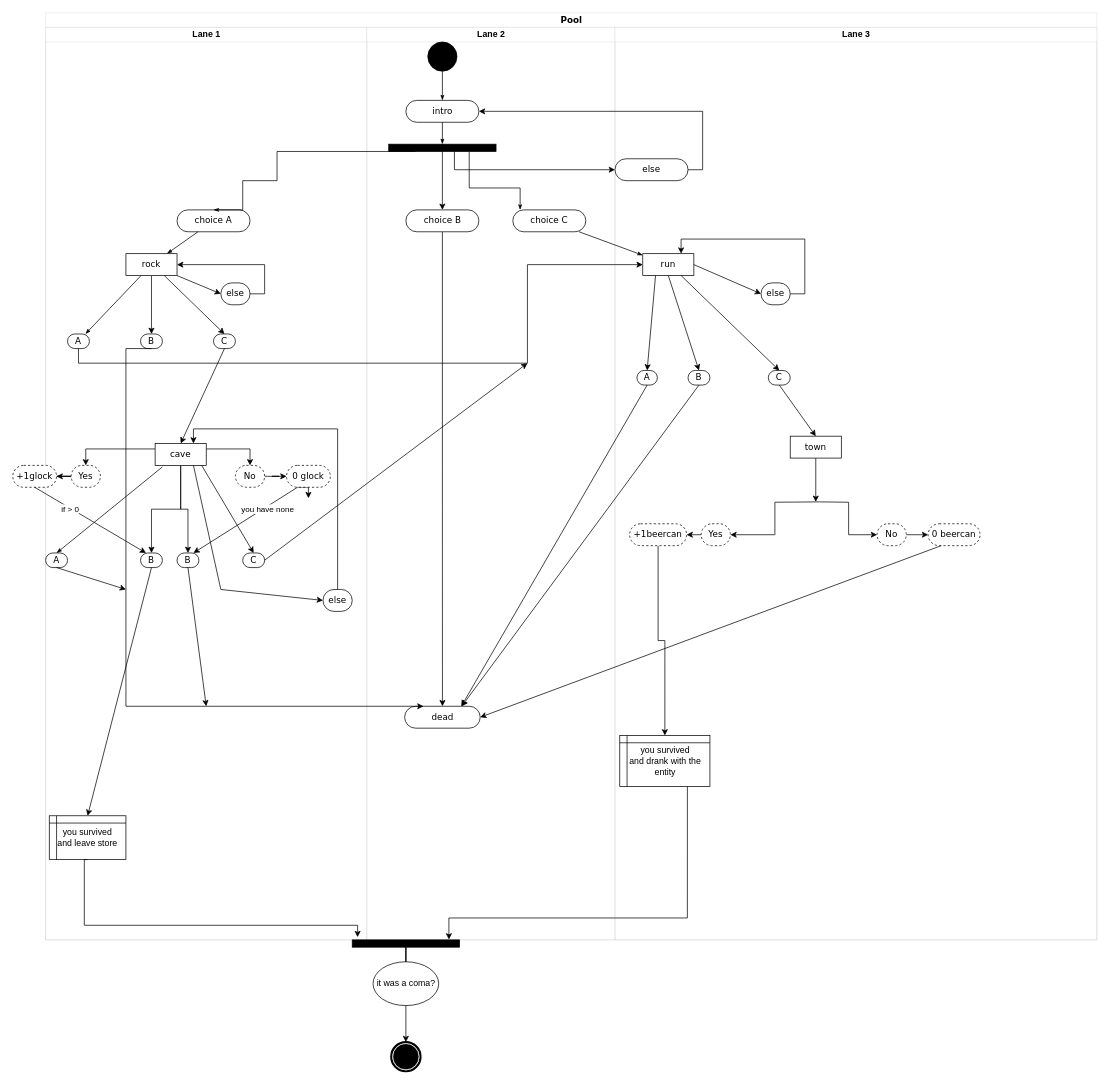
Before: Untitled Diagram.drawio in joaquinAkAjuan/hello-you, a draw.io diagram. Source tidied: cells renumbered, new cells numbered last; positions are measured from the earlier drawing's top-left corner, leaving out a move shared by most shapes. Both pictures are drawn from the tidied source at 73%, with x=0, y=0 at pixel (12, 12).
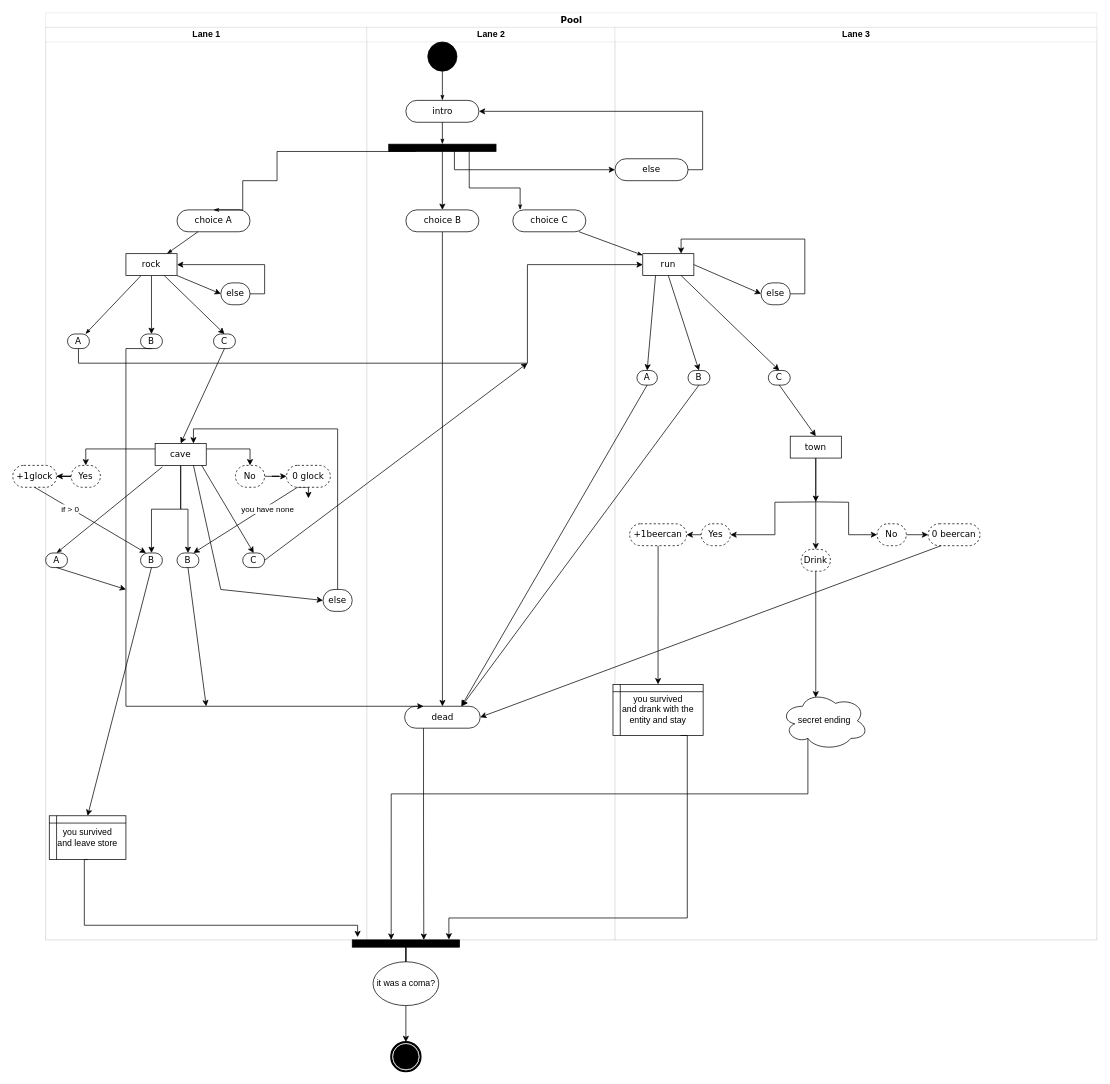
The same page after the edit.

The change refers to these unchanged cells:
```xml
<mxCell id="56" value="dead" style="whiteSpace=wrap;html=1;fontFamily=Verdana;rounded=1;shadow=0;comic=0;labelBackgroundColor=none;strokeWidth=1;arcSize=50;" parent="45" vertex="1">
  <mxGeometry x="51.8" y="930" width="103.5" height="30" as="geometry" />
</mxCell>
<mxCell id="58" value="Lane 3" style="swimlane;html=1;startSize=20;strokeWidth=0;" parent="2" vertex="1">
  <mxGeometry x="780" y="20" width="660" height="1250" as="geometry" />
</mxCell>
<mxCell id="68" value="town" style="rounded=0;whiteSpace=wrap;html=1;shadow=0;comic=0;labelBackgroundColor=none;strokeWidth=1;fontFamily=Verdana;fontSize=12;align=center;arcSize=50;" parent="58" vertex="1">
  <mxGeometry x="240" y="560" width="70" height="30" as="geometry" />
</mxCell>
<mxCell id="92" style="whiteSpace=wrap;html=1;rounded=0;shadow=0;comic=0;labelBackgroundColor=none;strokeWidth=1;fillColor=#000000;fontFamily=Verdana;fontSize=12;align=center;rotation=0;" parent="1" vertex="1">
  <mxGeometry x="465" y="1270" width="147" height="10" as="geometry" />
</mxCell>
```

Change to the diagram source:
```diff
@@
+    <mxCell id="99" style="edgeStyle=orthogonalEdgeStyle;rounded=0;jettySize=auto;html=1;exitX=0.5;exitY=1;exitDx=0;exitDy=0;entryX=0.5;entryY=0;entryDx=0;entryDy=0;" parent="58" edge="1" source="68" target="102">
+      <mxGeometry relative="1" as="geometry" />
+    </mxCell>
@@
-    <mxCell id="78" value="you survived&lt;br&gt;and drank with the entity" style="shape=internalStorage;whiteSpace=wrap;html=1;backgroundOutline=1;fillStyle=auto;dx=10;dy=10;" parent="58" vertex="1">
-      <mxGeometry x="6.5" y="970" width="123.5" height="70" as="geometry" />
+    <mxCell id="78" value="you survived&lt;br&gt;and drank with the entity and stay" style="shape=internalStorage;whiteSpace=wrap;html=1;backgroundOutline=1;fillStyle=auto;dx=10;dy=10;" parent="58" vertex="1">
+      <mxGeometry x="-2.8" y="900" width="123.5" height="70" as="geometry" />
     </mxCell>
@@
+    <mxCell id="100" value="secret ending" style="ellipse;shape=cloud;whiteSpace=wrap;html=1;fillStyle=auto;strokeWidth=1;" parent="58" vertex="1">
+      <mxGeometry x="227" y="910" width="120" height="80" as="geometry" />
+    </mxCell>
+    <mxCell id="101" style="edgeStyle=orthogonalEdgeStyle;rounded=0;jettySize=auto;html=1;exitX=0.5;exitY=1;exitDx=0;exitDy=0;entryX=0.4;entryY=0.1;entryDx=0;entryDy=0;entryPerimeter=0;" parent="58" edge="1" source="102" target="100">
+      <mxGeometry relative="1" as="geometry" />
+    </mxCell>
+    <mxCell id="102" value="Drink" style="rounded=1;whiteSpace=wrap;html=1;shadow=0;comic=0;labelBackgroundColor=none;strokeWidth=1;fontFamily=Verdana;fontSize=12;align=center;arcSize=50;fillStyle=auto;dashed=1;" parent="58" vertex="1">
+      <mxGeometry x="255" y="715" width="40" height="30" as="geometry" />
+    </mxCell>
@@
+    <mxCell id="103" style="edgeStyle=orthogonalEdgeStyle;rounded=0;jettySize=auto;html=1;exitX=0.31;exitY=0.8;exitDx=0;exitDy=0;exitPerimeter=0;entryX=0.363;entryY=-0.012;entryDx=0;entryDy=0;entryPerimeter=0;" parent="1" edge="1" source="100" target="92">
+      <mxGeometry relative="1" as="geometry">
+        <Array as="points">
+          <mxPoint x="1089" y="1070" />
+          <mxPoint x="518" y="1070" />
+        </Array>
+      </mxGeometry>
+    </mxCell>
+    <mxCell id="104" style="edgeStyle=orthogonalEdgeStyle;rounded=0;jettySize=auto;html=1;exitX=0.25;exitY=1;exitDx=0;exitDy=0;entryX=0.667;entryY=0;entryDx=0;entryDy=0;entryPerimeter=0;" parent="1" edge="1" source="56" target="92">
+      <mxGeometry relative="1" as="geometry" />
+    </mxCell>
```
